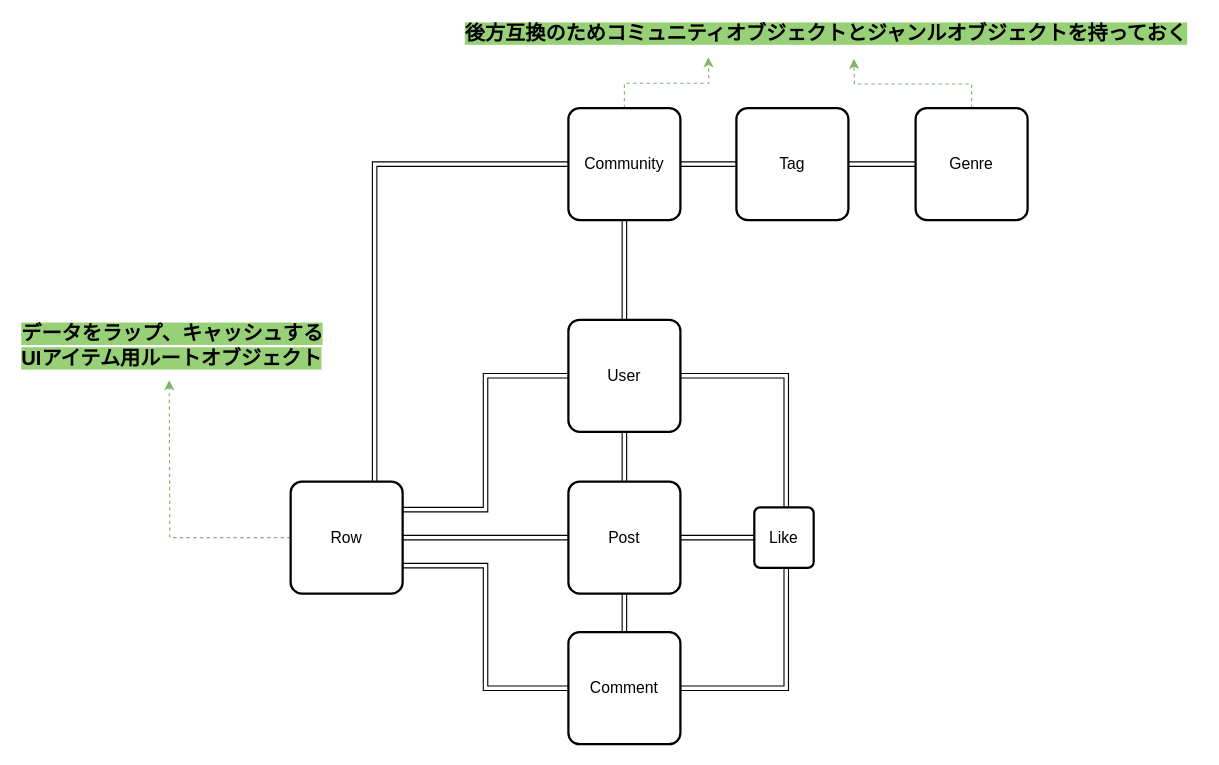
Tsutou/Diagram keeps this draw.io diagram as page "Page-1" (1 of 2) of Untitled porahcdiagram.drawio. Above is the earlier version. Source tidied: cells renumbered, new cells numbered last; positions are measured from the earlier drawing's top-left corner, leaving out a move shared by most shapes. Both pictures are drawn from the tidied source at 112%, with x=0, y=0 at pixel (18, 19).
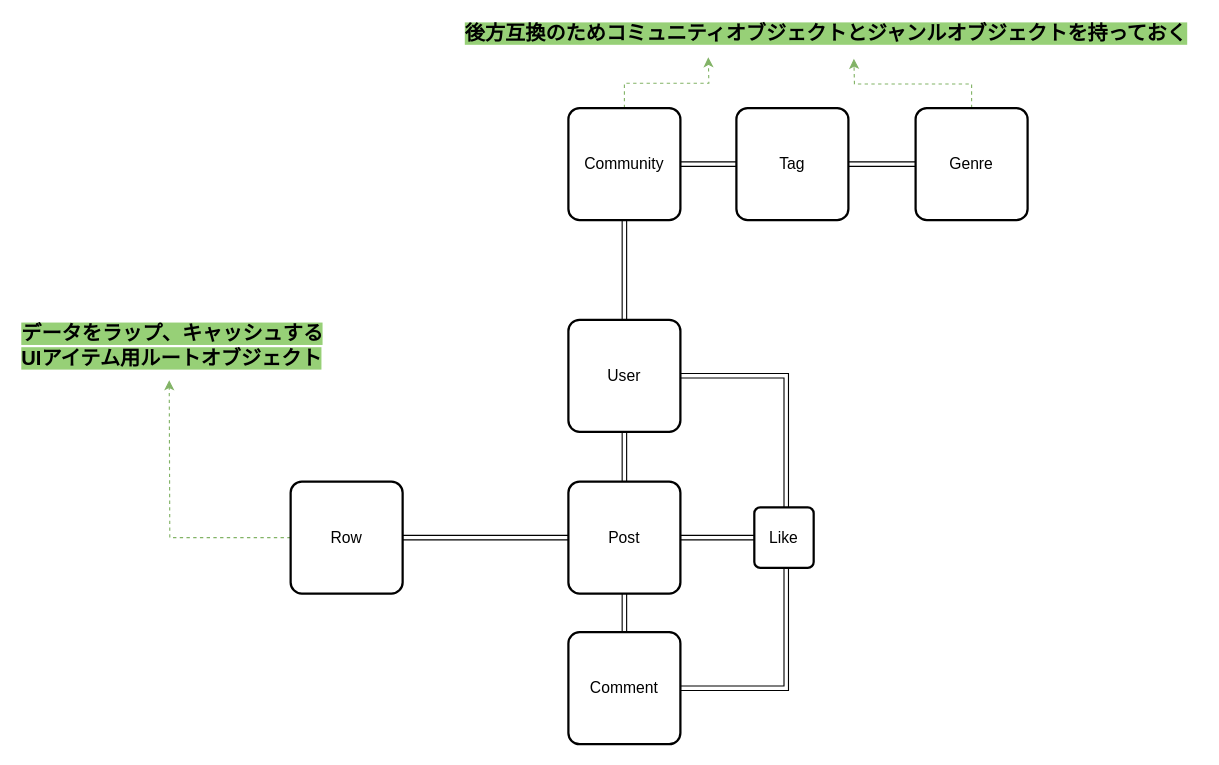
The same diagram, later.

The change refers to these unchanged cells:
```xml
<mxCell id="5" value="User&lt;br&gt;" style="strokeWidth=2;rounded=1;arcSize=10;whiteSpace=wrap;html=1;align=center;fontSize=14;" parent="1" vertex="1">
  <mxGeometry x="491" y="268" width="100" height="100" as="geometry" />
</mxCell>
<mxCell id="8" value="Comment&lt;br&gt;" style="strokeWidth=2;rounded=1;arcSize=10;whiteSpace=wrap;html=1;align=center;fontSize=14;" parent="1" vertex="1">
  <mxGeometry x="491" y="547" width="100" height="100" as="geometry" />
</mxCell>
<mxCell id="16" value="Row&lt;br&gt;" style="strokeWidth=2;rounded=1;arcSize=10;whiteSpace=wrap;html=1;align=center;fontSize=14;" parent="1" vertex="1">
  <mxGeometry x="243" y="412.5" width="100" height="100" as="geometry" />
</mxCell>
<mxCell id="21" value="Community&lt;br&gt;" style="strokeWidth=2;rounded=1;arcSize=10;whiteSpace=wrap;html=1;align=center;fontSize=14;" parent="1" vertex="1">
  <mxGeometry x="491" y="79" width="100" height="100" as="geometry" />
</mxCell>
```

Diff of the diagram source:
```diff
@@
-    <mxCell id="11" style="edgeStyle=orthogonalEdgeStyle;rounded=0;jettySize=auto;html=1;exitX=1;exitY=0.25;exitDx=0;exitDy=0;entryX=0;entryY=0.5;entryDx=0;entryDy=0;shape=link;" parent="1" edge="1" source="16" target="5">
-      <mxGeometry relative="1" as="geometry" />
-    </mxCell>
@@
-    <mxCell id="13" style="edgeStyle=orthogonalEdgeStyle;rounded=0;jettySize=auto;html=1;exitX=1;exitY=0.75;exitDx=0;exitDy=0;entryX=0;entryY=0.5;entryDx=0;entryDy=0;shape=link;" parent="1" edge="1" source="16" target="8">
-      <mxGeometry relative="1" as="geometry" />
-    </mxCell>
-    <mxCell id="14" style="edgeStyle=orthogonalEdgeStyle;rounded=0;jettySize=auto;html=1;exitX=0.75;exitY=0;exitDx=0;exitDy=0;entryX=0;entryY=0.5;entryDx=0;entryDy=0;shape=link;" parent="1" edge="1" source="16" target="21">
-      <mxGeometry relative="1" as="geometry" />
-    </mxCell>
```
